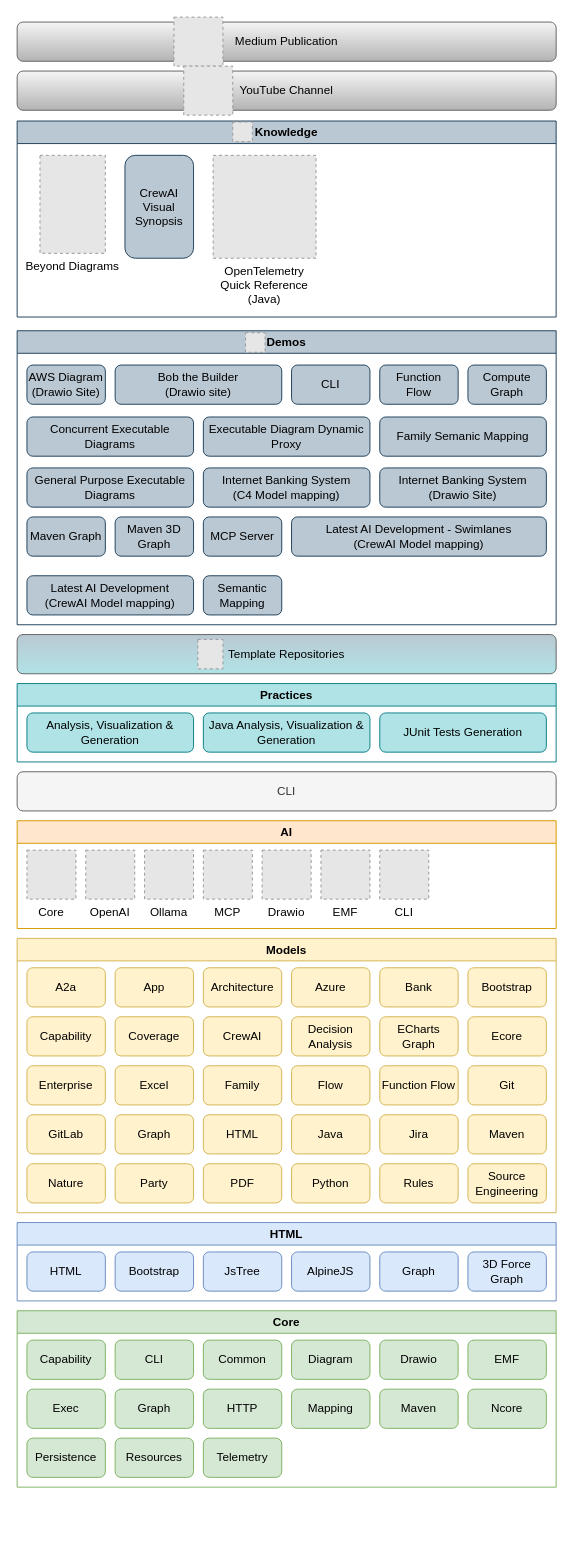
This is model/nasdanika.drawio from Nasdanika/nasdanika.github.io, a draw.io file, before an edit. Source tidied: cells renumbered, new cells numbered last; positions are measured from the earlier drawing's top-left corner, leaving out a move shared by most shapes. Both pictures are drawn from the tidied source at 98%, with x=0, y=0 at pixel (17, 17). Pictures stored in the file or linked from it are replaced by grey dashed boxes.
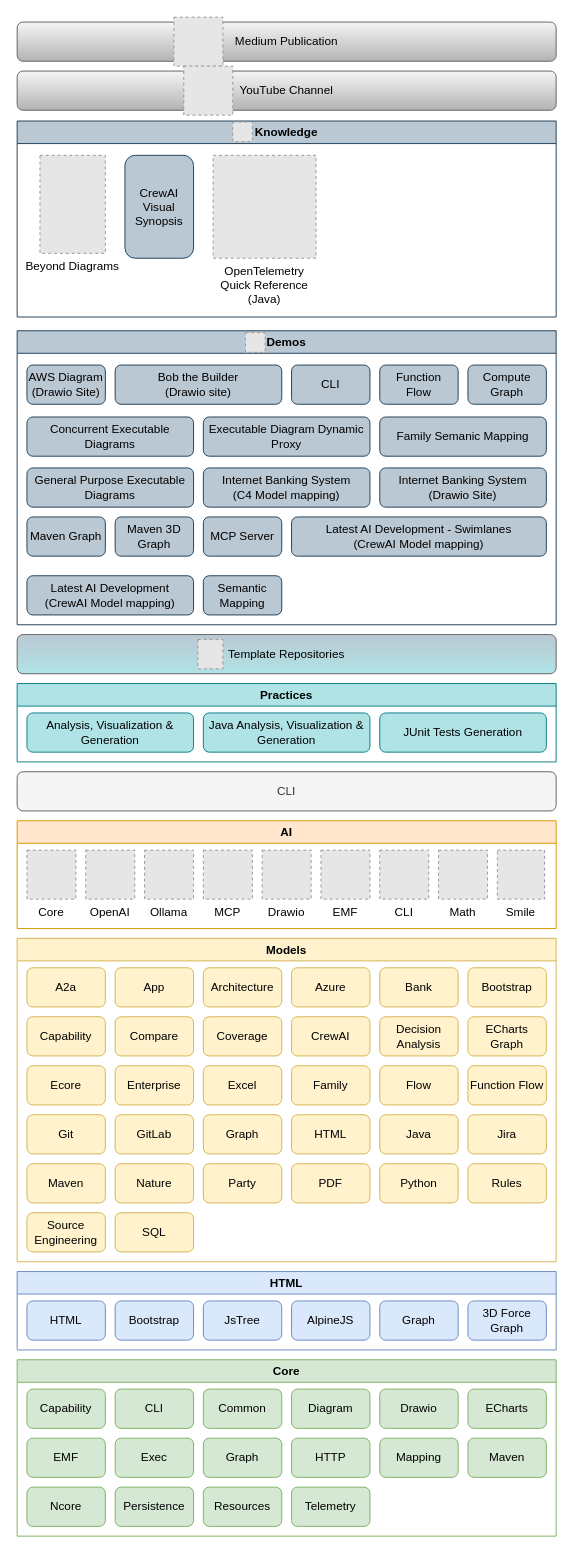
Above is the later version.

Unchanged cells that the change refers to:
```xml
<mxCell id="91" value="AI" style="swimlane;whiteSpace=wrap;html=1;fillColor=#ffe6cc;strokeColor=#d79b00;" parent="1" vertex="1">
  <mxGeometry y="820" width="550" height="110" as="geometry" />
</mxCell>
```

Diff of the diagram source:
```diff
@@
     <mxCell id="2" value="Core" style="swimlane;whiteSpace=wrap;html=1;fillColor=#d5e8d4;strokeColor=#82b366;" parent="1" vertex="1">
-      <mxGeometry y="1320" width="550" height="180" as="geometry" />
+      <mxGeometry y="1370" width="550" height="180" as="geometry" />
     </mxCell>
@@
     <mxCell id="4" value="Resources" style="rounded=1;whiteSpace=wrap;html=1;fillColor=#d5e8d4;strokeColor=#82b366;" parent="2" vertex="1">
-      <mxGeometry x="100" y="130" width="80" height="40" as="geometry" />
+      <mxGeometry x="190" y="130" width="80" height="40" as="geometry" />
     </mxCell>
     <mxCell id="5" value="Persistence" style="rounded=1;whiteSpace=wrap;html=1;fillColor=#d5e8d4;strokeColor=#82b366;" parent="2" vertex="1">
-      <mxGeometry x="10" y="130" width="80" height="40" as="geometry" />
+      <mxGeometry x="100" y="130" width="80" height="40" as="geometry" />
     </mxCell>
     <mxCell id="6" value="Ncore" style="rounded=1;whiteSpace=wrap;html=1;fillColor=#d5e8d4;strokeColor=#82b366;" parent="2" vertex="1">
-      <mxGeometry x="460" y="80" width="80" height="40" as="geometry" />
+      <mxGeometry x="10" y="130" width="80" height="40" as="geometry" />
     </mxCell>
@@
     <mxCell id="8" value="Graph" style="rounded=1;whiteSpace=wrap;html=1;fillColor=#d5e8d4;strokeColor=#82b366;" parent="2" vertex="1">
-      <mxGeometry x="100" y="80" width="80" height="40" as="geometry" />
+      <mxGeometry x="190" y="80" width="80" height="40" as="geometry" />
     </mxCell>
@@
     <mxCell id="10" value="EMF" style="rounded=1;whiteSpace=wrap;html=1;fillColor=#d5e8d4;strokeColor=#82b366;" parent="2" vertex="1">
-      <mxGeometry x="460" y="30" width="80" height="40" as="geometry" />
+      <mxGeometry x="10" y="80" width="80" height="40" as="geometry" />
     </mxCell>
     <mxCell id="11" value="Exec" style="rounded=1;whiteSpace=wrap;html=1;fillColor=#d5e8d4;strokeColor=#82b366;" parent="2" vertex="1">
-      <mxGeometry x="10" y="80" width="80" height="40" as="geometry" />
+      <mxGeometry x="100" y="80" width="80" height="40" as="geometry" />
     </mxCell>
     <mxCell id="12" value="Maven" style="rounded=1;whiteSpace=wrap;html=1;fillColor=#d5e8d4;strokeColor=#82b366;" parent="2" vertex="1">
-      <mxGeometry x="370" y="80" width="80" height="40" as="geometry" />
+      <mxGeometry x="460" y="80" width="80" height="40" as="geometry" />
     </mxCell>
@@
     <mxCell id="15" value="HTTP" style="rounded=1;whiteSpace=wrap;html=1;fillColor=#d5e8d4;strokeColor=#82b366;" parent="2" vertex="1">
-      <mxGeometry x="190" y="80" width="80" height="40" as="geometry" />
+      <mxGeometry x="280" y="80" width="80" height="40" as="geometry" />
     </mxCell>
     <mxCell id="16" value="Mapping" style="rounded=1;whiteSpace=wrap;html=1;fillColor=#d5e8d4;strokeColor=#82b366;" parent="2" vertex="1">
-      <mxGeometry x="280" y="80" width="80" height="40" as="geometry" />
+      <mxGeometry x="370" y="80" width="80" height="40" as="geometry" />
     </mxCell>
     <mxCell id="17" value="Telemetry" style="rounded=1;whiteSpace=wrap;html=1;fillColor=#d5e8d4;strokeColor=#82b366;" parent="2" vertex="1">
-      <mxGeometry x="190" y="130" width="80" height="40" as="geometry" />
+      <mxGeometry x="280" y="130" width="80" height="40" as="geometry" />
     </mxCell>
+    <mxCell id="99" value="ECharts" style="rounded=1;whiteSpace=wrap;html=1;fillColor=#d5e8d4;strokeColor=#82b366;" parent="2" vertex="1">
+      <mxGeometry x="460" y="30" width="80" height="40" as="geometry" />
+    </mxCell>
     <mxCell id="18" value="HTML" style="swimlane;whiteSpace=wrap;html=1;fillColor=#dae8fc;strokeColor=#6c8ebf;" parent="1" vertex="1">
-      <mxGeometry y="1230" width="550" height="80" as="geometry" />
+      <mxGeometry y="1280" width="550" height="80" as="geometry" />
     </mxCell>
@@
     <mxCell id="25" value="Models" style="swimlane;whiteSpace=wrap;html=1;fillColor=#fff2cc;strokeColor=#d6b656;" parent="1" vertex="1">
-      <mxGeometry y="940" width="550" height="280" as="geometry" />
+      <mxGeometry y="940" width="550" height="330" as="geometry" />
     </mxCell>
     <mxCell id="26" value="GitLab" style="rounded=1;whiteSpace=wrap;html=1;fillColor=#fff2cc;strokeColor=#d6b656;" parent="25" vertex="1">
-      <mxGeometry x="10" y="180" width="80" height="40" as="geometry" />
+      <mxGeometry x="100" y="180" width="80" height="40" as="geometry" />
     </mxCell>
@@
     <mxCell id="28" value="Git" style="rounded=1;whiteSpace=wrap;html=1;fillColor=#fff2cc;strokeColor=#d6b656;" parent="25" vertex="1">
-      <mxGeometry x="460" y="130" width="80" height="40" as="geometry" />
+      <mxGeometry x="10" y="180" width="80" height="40" as="geometry" />
     </mxCell>
     <mxCell id="29" value="Excel" style="rounded=1;whiteSpace=wrap;html=1;fillColor=#fff2cc;strokeColor=#d6b656;" parent="25" vertex="1">
-      <mxGeometry x="100" y="130" width="80" height="40" as="geometry" />
+      <mxGeometry x="190" y="130" width="80" height="40" as="geometry" />
     </mxCell>
     <mxCell id="30" value="ECharts Graph" style="rounded=1;whiteSpace=wrap;html=1;fillColor=#fff2cc;strokeColor=#d6b656;" parent="25" vertex="1">
-      <mxGeometry x="370" y="80" width="80" height="40" as="geometry" />
+      <mxGeometry x="460" y="80" width="80" height="40" as="geometry" />
     </mxCell>
     <mxCell id="31" value="Nature" style="rounded=1;whiteSpace=wrap;html=1;fillColor=#fff2cc;strokeColor=#d6b656;" parent="25" vertex="1">
-      <mxGeometry x="10" y="230" width="80" height="40" as="geometry" />
+      <mxGeometry x="100" y="230" width="80" height="40" as="geometry" />
     </mxCell>
@@
     <mxCell id="33" value="PDF" style="rounded=1;whiteSpace=wrap;html=1;fillColor=#fff2cc;strokeColor=#d6b656;" parent="25" vertex="1">
-      <mxGeometry x="190" y="230" width="80" height="40" as="geometry" />
+      <mxGeometry x="280" y="230" width="80" height="40" as="geometry" />
     </mxCell>
     <mxCell id="34" value="Party" style="rounded=1;whiteSpace=wrap;html=1;fillColor=#fff2cc;strokeColor=#d6b656;" parent="25" vertex="1">
-      <mxGeometry x="100" y="230" width="80" height="40" as="geometry" />
+      <mxGeometry x="190" y="230" width="80" height="40" as="geometry" />
     </mxCell>
     <mxCell id="35" value="Source&lt;div&gt;Engineering&lt;/div&gt;" style="rounded=1;whiteSpace=wrap;html=1;fillColor=#fff2cc;strokeColor=#d6b656;" parent="25" vertex="1">
-      <mxGeometry x="460" y="230" width="80" height="40" as="geometry" />
+      <mxGeometry x="10" y="280" width="80" height="40" as="geometry" />
     </mxCell>
     <mxCell id="36" value="Java" style="rounded=1;whiteSpace=wrap;html=1;fillColor=#fff2cc;strokeColor=#d6b656;" parent="25" vertex="1">
-      <mxGeometry x="280" y="180" width="80" height="40" as="geometry" />
+      <mxGeometry x="370" y="180" width="80" height="40" as="geometry" />
     </mxCell>
     <mxCell id="37" value="Maven" style="rounded=1;whiteSpace=wrap;html=1;fillColor=#fff2cc;strokeColor=#d6b656;" parent="25" vertex="1">
-      <mxGeometry x="460" y="180" width="80" height="40" as="geometry" />
+      <mxGeometry x="10" y="230" width="80" height="40" as="geometry" />
     </mxCell>
     <mxCell id="38" value="Enterprise" style="rounded=1;whiteSpace=wrap;html=1;fillColor=#fff2cc;strokeColor=#d6b656;" parent="25" vertex="1">
-      <mxGeometry x="10" y="130" width="80" height="40" as="geometry" />
+      <mxGeometry x="100" y="130" width="80" height="40" as="geometry" />
     </mxCell>
     <mxCell id="39" value="Function Flow" style="rounded=1;whiteSpace=wrap;html=1;fillColor=#fff2cc;strokeColor=#d6b656;" parent="25" vertex="1">
-      <mxGeometry x="370" y="130" width="80" height="40" as="geometry" />
+      <mxGeometry x="460" y="130" width="80" height="40" as="geometry" />
     </mxCell>
     <mxCell id="40" value="Rules" style="rounded=1;whiteSpace=wrap;html=1;fillColor=#fff2cc;strokeColor=#d6b656;" parent="25" vertex="1">
-      <mxGeometry x="370" y="230" width="80" height="40" as="geometry" />
+      <mxGeometry x="460" y="230" width="80" height="40" as="geometry" />
     </mxCell>
@@
     <mxCell id="42" value="Ecore" style="rounded=1;whiteSpace=wrap;html=1;fillColor=#fff2cc;strokeColor=#d6b656;" parent="25" vertex="1">
-      <mxGeometry x="460" y="80" width="80" height="40" as="geometry" />
+      <mxGeometry x="10" y="130" width="80" height="40" as="geometry" />
     </mxCell>
     <mxCell id="43" value="Jira" style="rounded=1;whiteSpace=wrap;html=1;fillColor=#fff2cc;strokeColor=#d6b656;" parent="25" vertex="1">
-      <mxGeometry x="370" y="180" width="80" height="40" as="geometry" />
+      <mxGeometry x="460" y="180" width="80" height="40" as="geometry" />
     </mxCell>
@@
     <mxCell id="47" value="Coverage" style="rounded=1;whiteSpace=wrap;html=1;fillColor=#fff2cc;strokeColor=#d6b656;" parent="25" vertex="1">
-      <mxGeometry x="100" y="80" width="80" height="40" as="geometry" />
+      <mxGeometry x="190" y="80" width="80" height="40" as="geometry" />
     </mxCell>
     <mxCell id="48" value="Decision Analysis" style="rounded=1;whiteSpace=wrap;html=1;fillColor=#fff2cc;strokeColor=#d6b656;" parent="25" vertex="1">
-      <mxGeometry x="280" y="80" width="80" height="40" as="geometry" />
+      <mxGeometry x="370" y="80" width="80" height="40" as="geometry" />
     </mxCell>
     <mxCell id="49" value="Family" style="rounded=1;whiteSpace=wrap;html=1;fillColor=#fff2cc;strokeColor=#d6b656;" parent="25" vertex="1">
-      <mxGeometry x="190" y="130" width="80" height="40" as="geometry" />
+      <mxGeometry x="280" y="130" width="80" height="40" as="geometry" />
     </mxCell>
     <mxCell id="50" value="Flow" style="rounded=1;whiteSpace=wrap;html=1;fillColor=#fff2cc;strokeColor=#d6b656;" parent="25" vertex="1">
-      <mxGeometry x="280" y="130" width="80" height="40" as="geometry" />
+      <mxGeometry x="370" y="130" width="80" height="40" as="geometry" />
     </mxCell>
     <mxCell id="51" value="HTML" style="rounded=1;whiteSpace=wrap;html=1;fillColor=#fff2cc;strokeColor=#d6b656;" parent="25" vertex="1">
-      <mxGeometry x="190" y="180" width="80" height="40" as="geometry" />
+      <mxGeometry x="280" y="180" width="80" height="40" as="geometry" />
     </mxCell>
     <mxCell id="52" value="CrewAI" style="rounded=1;whiteSpace=wrap;html=1;fillColor=#fff2cc;strokeColor=#d6b656;" parent="25" vertex="1">
-      <mxGeometry x="190" y="80" width="80" height="40" as="geometry" />
+      <mxGeometry x="280" y="80" width="80" height="40" as="geometry" />
     </mxCell>
     <mxCell id="53" value="Python" style="rounded=1;whiteSpace=wrap;html=1;fillColor=#fff2cc;strokeColor=#d6b656;" parent="25" vertex="1">
-      <mxGeometry x="280" y="230" width="80" height="40" as="geometry" />
+      <mxGeometry x="370" y="230" width="80" height="40" as="geometry" />
     </mxCell>
@@
     <mxCell id="55" value="Graph" style="rounded=1;whiteSpace=wrap;html=1;fillColor=#fff2cc;strokeColor=#d6b656;" parent="25" vertex="1">
-      <mxGeometry x="100" y="180" width="80" height="40" as="geometry" />
+      <mxGeometry x="190" y="180" width="80" height="40" as="geometry" />
     </mxCell>
+    <mxCell id="100" value="SQL" style="rounded=1;whiteSpace=wrap;html=1;fillColor=#fff2cc;strokeColor=#d6b656;" parent="25" vertex="1">
+      <mxGeometry x="100" y="280" width="80" height="40" as="geometry" />
+    </mxCell>
+    <mxCell id="101" value="Compare" style="rounded=1;whiteSpace=wrap;html=1;fillColor=#fff2cc;strokeColor=#d6b656;" parent="25" vertex="1">
+      <mxGeometry x="100" y="80" width="80" height="40" as="geometry" />
+    </mxCell>
@@
+    <mxCell id="102" value="Math" style="fillColor=#E6E6E6;strokeColor=#999999;dashed=1;verticalLabelPosition=bottom;labelBackgroundColor=default;verticalAlign=top;" parent="91" vertex="1">
+      <mxGeometry x="430" y="30" width="50" height="50" as="geometry" />
+    </mxCell>
+    <mxCell id="103" value="Smile" style="fillColor=#E6E6E6;strokeColor=#999999;dashed=1;verticalLabelPosition=bottom;labelBackgroundColor=default;verticalAlign=top;" parent="91" vertex="1">
+      <mxGeometry x="490" y="30" width="48.2" height="50" as="geometry" />
+    </mxCell>
```
